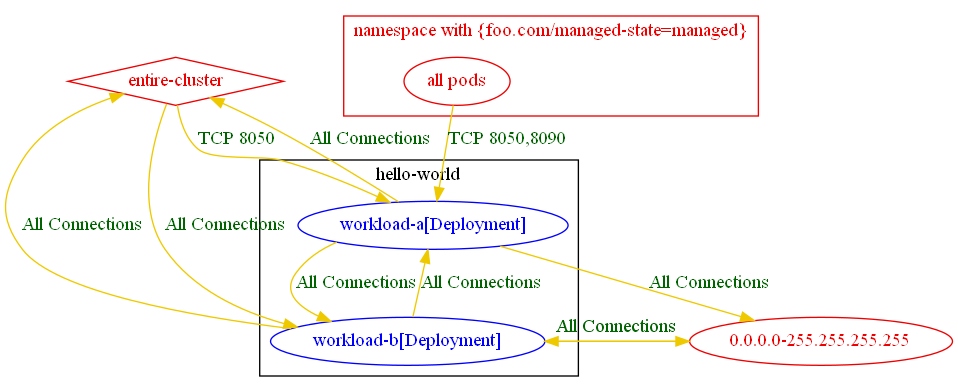
Earlier version of the Graphviz export test_outputs/connlist/exposure_test_new_namespace_conn_and_entire_cluster_connlist_output.dot.png (np-guard/netpol-analyzer). Its source is kept beside it as test_outputs/connlist/exposure_test_new_namespace_conn_and_entire_cluster_connlist_output.dot.
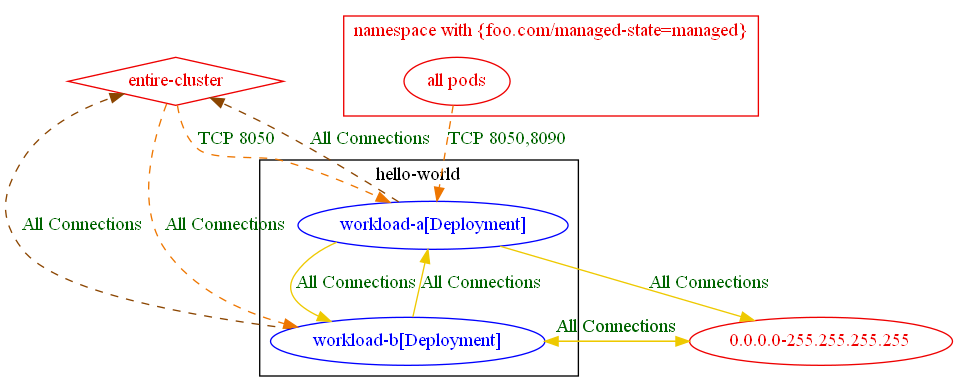
Above is the later version.

The edit, as a diff of the source:
```diff
@@ -15,13 +15,13 @@
 	"0.0.0.0-255.255.255.255" [label="0.0.0.0-255.255.255.255" color="red2" fontcolor="red2"]
 	"entire-cluster" [label="entire-cluster" color="red2" fontcolor="red2" shape=diamond]
 	"0.0.0.0-255.255.255.255" -> "hello-world/workload-b[Deployment]" [label="All Connections" color="gold2" fontcolor="darkgreen"]
-	"all pods_in_namespace with {foo.com/managed-state=managed}" -> "hello-world/workload-a[Deployment]" [label="TCP 8050,8090" color="gold2" fontcolor="darkgreen" weight=1]
-	"entire-cluster" -> "hello-world/workload-a[Deployment]" [label="TCP 8050" color="gold2" fontcolor="darkgreen" weight=1]
-	"entire-cluster" -> "hello-world/workload-b[Deployment]" [label="All Connections" color="gold2" fontcolor="darkgreen" weight=1]
+	"all pods_in_namespace with {foo.com/managed-state=managed}" -> "hello-world/workload-a[Deployment]" [label="TCP 8050,8090" color="darkorange2" fontcolor="darkgreen" weight=1 style=dashed]
+	"entire-cluster" -> "hello-world/workload-a[Deployment]" [label="TCP 8050" color="darkorange2" fontcolor="darkgreen" weight=1 style=dashed]
+	"entire-cluster" -> "hello-world/workload-b[Deployment]" [label="All Connections" color="darkorange2" fontcolor="darkgreen" weight=1 style=dashed]
 	"hello-world/workload-a[Deployment]" -> "0.0.0.0-255.255.255.255" [label="All Connections" color="gold2" fontcolor="darkgreen"]
-	"hello-world/workload-a[Deployment]" -> "entire-cluster" [label="All Connections" color="gold2" fontcolor="darkgreen" weight=0.5]
+	"hello-world/workload-a[Deployment]" -> "entire-cluster" [label="All Connections" color="darkorange4" fontcolor="darkgreen" weight=0.5 style=dashed]
 	"hello-world/workload-a[Deployment]" -> "hello-world/workload-b[Deployment]" [label="All Connections" color="gold2" fontcolor="darkgreen"]
 	"hello-world/workload-b[Deployment]" -> "0.0.0.0-255.255.255.255" [label="All Connections" color="gold2" fontcolor="darkgreen"]
-	"hello-world/workload-b[Deployment]" -> "entire-cluster" [label="All Connections" color="gold2" fontcolor="darkgreen" weight=0.5]
+	"hello-world/workload-b[Deployment]" -> "entire-cluster" [label="All Connections" color="darkorange4" fontcolor="darkgreen" weight=0.5 style=dashed]
 	"hello-world/workload-b[Deployment]" -> "hello-world/workload-a[Deployment]" [label="All Connections" color="gold2" fontcolor="darkgreen"]
 }
```
